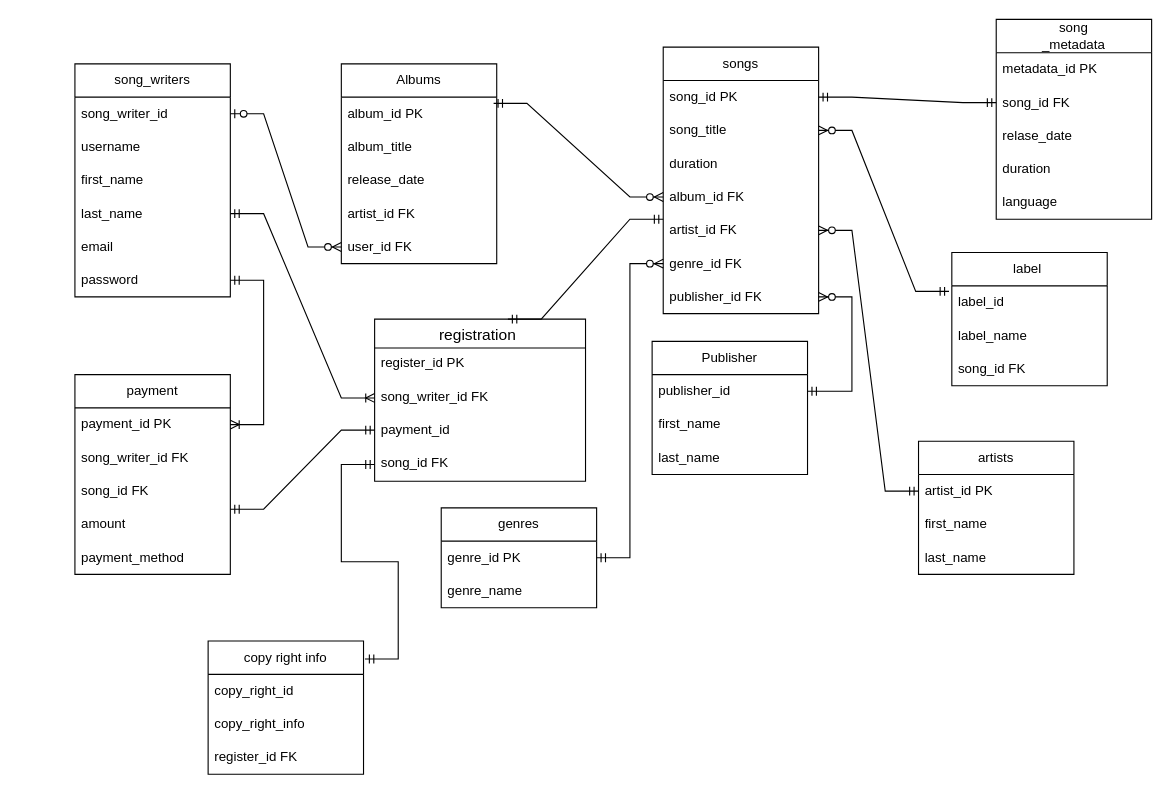
Before: db_project.drawio in MubarakBu/DB_PROJECT, a draw.io diagram. Source tidied: cells renumbered, new cells numbered last; positions are measured from the earlier drawing's top-left corner, leaving out a move shared by most shapes. Both pictures are drawn from the tidied source at 111%, with x=0, y=0 at pixel (-14, 19).
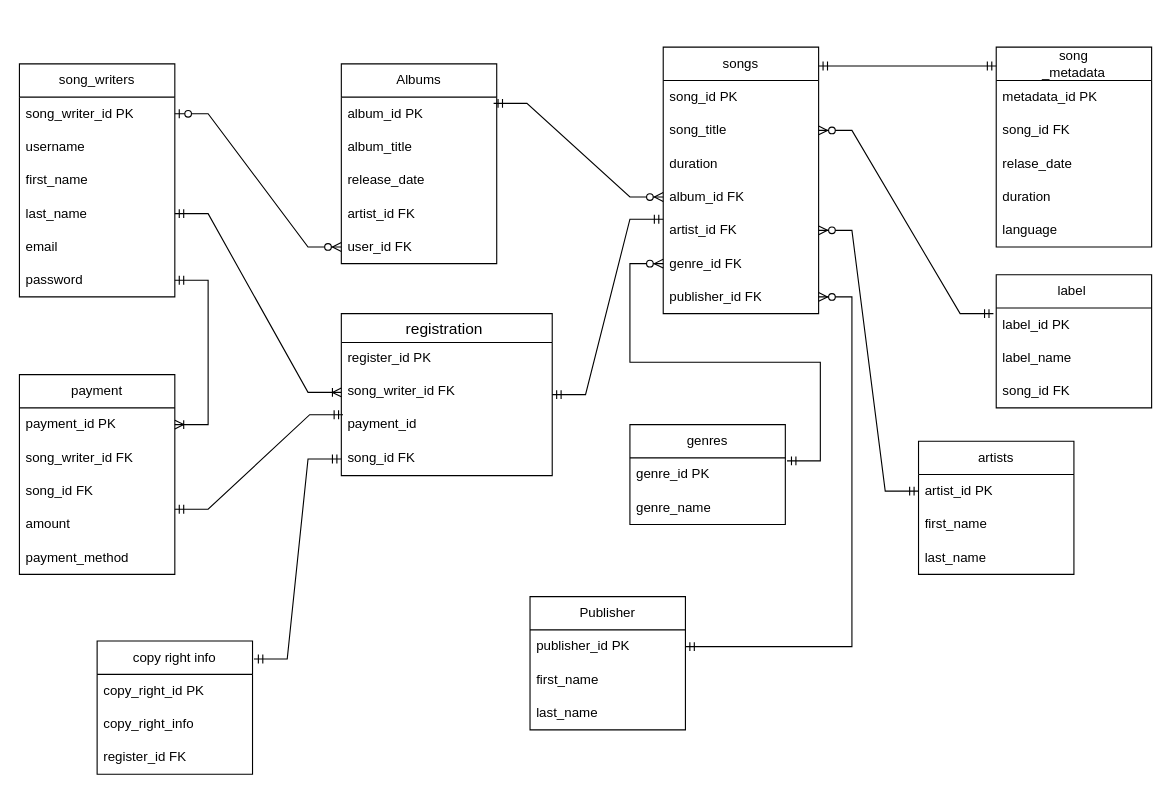
Above is the later version.

The change refers to these unchanged cells:
```xml
<mxCell id="16" value="song_id PK" style="text;strokeColor=none;fillColor=none;align=left;verticalAlign=middle;spacingLeft=4;spacingRight=4;overflow=hidden;points=[[0,0.5],[1,0.5]];portConstraint=eastwest;whiteSpace=wrap;html=1;" parent="15" vertex="1">
  <mxGeometry y="30" width="140" height="30" as="geometry" />
</mxCell>
<mxCell id="27" value="amount" style="text;strokeColor=none;fillColor=none;align=left;verticalAlign=middle;spacingLeft=4;spacingRight=4;overflow=hidden;points=[[0,0.5],[1,0.5]];portConstraint=eastwest;whiteSpace=wrap;html=1;" parent="23" vertex="1">
  <mxGeometry y="120" width="140" height="30" as="geometry" />
</mxCell>
<mxCell id="34" value="genre_id PK" style="text;strokeColor=none;fillColor=none;align=left;verticalAlign=middle;spacingLeft=4;spacingRight=4;overflow=hidden;points=[[0,0.5],[1,0.5]];portConstraint=eastwest;whiteSpace=wrap;html=1;" parent="33" vertex="1">
  <mxGeometry y="30" width="140" height="30" as="geometry" />
</mxCell>
<mxCell id="55" value="song_id FK" style="text;strokeColor=none;fillColor=none;align=left;verticalAlign=middle;spacingLeft=4;spacingRight=4;overflow=hidden;points=[[0,0.5],[1,0.5]];portConstraint=eastwest;whiteSpace=wrap;html=1;" parent="53" vertex="1">
  <mxGeometry y="60" width="140" height="30" as="geometry" />
</mxCell>
<mxCell id="64" value="payment_id" style="text;strokeColor=none;fillColor=none;spacingLeft=4;spacingRight=4;overflow=hidden;points=[[0,0.5],[1,0.5]];portConstraint=eastwest;fontSize=12;whiteSpace=wrap;html=1;" parent="61" vertex="1">
  <mxGeometry y="86" width="190" height="30" as="geometry" />
</mxCell>
```

Change to the diagram source:
```diff
@@
     <mxCell id="2" value="song_writers" style="swimlane;fontStyle=0;horizontal=1;startSize=30;whiteSpace=wrap;html=1;" parent="1" vertex="1">
-      <mxGeometry x="80" y="40" width="140" height="210" as="geometry" />
+      <mxGeometry x="30" y="40" width="140" height="210" as="geometry" />
     </mxCell>
-    <mxCell id="3" value="song_writer_id" style="text;strokeColor=none;fillColor=none;align=left;verticalAlign=middle;spacingLeft=4;spacingRight=4;overflow=hidden;points=[[0,0.5],[1,0.5]];portConstraint=eastwest;whiteSpace=wrap;html=1;" parent="2" vertex="1">
+    <mxCell id="3" value="song_writer_id PK" style="text;strokeColor=none;fillColor=none;align=left;verticalAlign=middle;spacingLeft=4;spacingRight=4;overflow=hidden;points=[[0,0.5],[1,0.5]];portConstraint=eastwest;whiteSpace=wrap;html=1;" parent="2" vertex="1">
       <mxGeometry y="30" width="140" height="30" as="geometry" />
     </mxCell>
@@
     <mxCell id="23" value="payment" style="swimlane;fontStyle=0;horizontal=1;startSize=30;whiteSpace=wrap;html=1;" parent="1" vertex="1">
-      <mxGeometry x="80" y="320" width="140" height="180" as="geometry" />
+      <mxGeometry x="30" y="320" width="140" height="180" as="geometry" />
     </mxCell>
@@
     <mxCell id="33" value="genres" style="swimlane;fontStyle=0;horizontal=1;startSize=30;whiteSpace=wrap;html=1;" parent="1" vertex="1">
-      <mxGeometry x="410" y="440" width="140" height="90" as="geometry" />
+      <mxGeometry x="580" y="365" width="140" height="90" as="geometry" />
     </mxCell>
@@
-    <mxCell id="39" style="edgeStyle=entityRelationEdgeStyle;fontSize=12;html=1;endArrow=ERzeroToMany;startArrow=ERmandOne;rounded=0;exitX=1;exitY=0.5;exitDx=0;exitDy=0;" parent="1" edge="1" source="34">
+    <mxCell id="39" style="edgeStyle=entityRelationEdgeStyle;fontSize=12;html=1;endArrow=ERzeroToMany;startArrow=ERmandOne;rounded=0;exitX=1.011;exitY=0.089;exitDx=0;exitDy=0;exitPerimeter=0;" parent="1" edge="1" source="34">
       <mxGeometry relative="1" as="geometry">
         <mxPoint x="610" y="220" as="targetPoint" />
+        <Array as="points">
+          <mxPoint x="580" y="420" />
+          <mxPoint x="580" y="340" />
+          <mxPoint x="590" y="380" />
+          <mxPoint x="580" y="360" />
+        </Array>
       </mxGeometry>
     </mxCell>
     <mxCell id="40" value="Publisher" style="swimlane;fontStyle=0;horizontal=1;startSize=30;whiteSpace=wrap;html=1;" parent="1" vertex="1">
-      <mxGeometry x="600" y="290" width="140" height="120" as="geometry" />
+      <mxGeometry x="490" y="520" width="140" height="120" as="geometry" />
     </mxCell>
-    <mxCell id="41" value="publisher_id" style="text;strokeColor=none;fillColor=none;align=left;verticalAlign=middle;spacingLeft=4;spacingRight=4;overflow=hidden;points=[[0,0.5],[1,0.5]];portConstraint=eastwest;whiteSpace=wrap;html=1;" parent="40" vertex="1">
+    <mxCell id="41" value="publisher_id PK" style="text;strokeColor=none;fillColor=none;align=left;verticalAlign=middle;spacingLeft=4;spacingRight=4;overflow=hidden;points=[[0,0.5],[1,0.5]];portConstraint=eastwest;whiteSpace=wrap;html=1;" parent="40" vertex="1">
       <mxGeometry y="30" width="140" height="30" as="geometry" />
     </mxCell>
@@
     <mxCell id="45" value="copy right info" style="swimlane;fontStyle=0;horizontal=1;startSize=30;whiteSpace=wrap;html=1;" parent="1" vertex="1">
-      <mxGeometry x="200" y="560" width="140" height="120" as="geometry" />
+      <mxGeometry x="100" y="560" width="140" height="120" as="geometry" />
     </mxCell>
-    <mxCell id="46" value="copy_right_id" style="text;strokeColor=none;fillColor=none;align=left;verticalAlign=middle;spacingLeft=4;spacingRight=4;overflow=hidden;whiteSpace=wrap;html=1;" parent="45" vertex="1">
+    <mxCell id="46" value="copy_right_id PK" style="text;strokeColor=none;fillColor=none;align=left;verticalAlign=middle;spacingLeft=4;spacingRight=4;overflow=hidden;whiteSpace=wrap;html=1;" parent="45" vertex="1">
       <mxGeometry y="30" width="140" height="30" as="geometry" />
     </mxCell>
@@
     <mxCell id="49" value="label&amp;nbsp;" style="swimlane;fontStyle=0;horizontal=1;startSize=30;whiteSpace=wrap;html=1;" parent="1" vertex="1">
-      <mxGeometry x="870" y="210" width="140" height="120" as="geometry" />
+      <mxGeometry x="910" y="230" width="140" height="120" as="geometry" />
     </mxCell>
-    <mxCell id="50" value="label_id" style="text;strokeColor=none;fillColor=none;align=left;verticalAlign=middle;spacingLeft=4;spacingRight=4;overflow=hidden;points=[[0,0.5],[1,0.5]];portConstraint=eastwest;whiteSpace=wrap;html=1;" parent="49" vertex="1">
+    <mxCell id="50" value="label_id PK" style="text;strokeColor=none;fillColor=none;align=left;verticalAlign=middle;spacingLeft=4;spacingRight=4;overflow=hidden;points=[[0,0.5],[1,0.5]];portConstraint=eastwest;whiteSpace=wrap;html=1;" parent="49" vertex="1">
       <mxGeometry y="30" width="140" height="30" as="geometry" />
     </mxCell>
@@
     <mxCell id="53" value="song&lt;div&gt;_metadata&lt;/div&gt;" style="swimlane;fontStyle=0;horizontal=1;startSize=30;whiteSpace=wrap;html=1;" parent="1" vertex="1">
-      <mxGeometry x="910" width="140" height="180" as="geometry" />
+      <mxGeometry x="910" y="25" width="140" height="180" as="geometry" />
     </mxCell>
@@
-    <mxCell id="59" style="edgeStyle=entityRelationEdgeStyle;fontSize=12;html=1;endArrow=ERmandOne;startArrow=ERmandOne;rounded=0;exitX=1;exitY=0.5;exitDx=0;exitDy=0;" parent="1" edge="1" source="16" target="55">
-      <mxGeometry relative="1" as="geometry" />
+    <mxCell id="59" style="edgeStyle=entityRelationEdgeStyle;fontSize=12;html=1;endArrow=ERmandOne;startArrow=ERmandOne;rounded=0;" parent="1" edge="1">
+      <mxGeometry relative="1" as="geometry">
+        <mxPoint x="750" y="42" as="sourcePoint" />
+        <mxPoint x="910" y="42" as="targetPoint" />
+      </mxGeometry>
     </mxCell>
@@
     <mxCell id="61" value="registration " style="swimlane;fontStyle=0;horizontal=1;startSize=26;align=center;fontSize=14;" parent="1" vertex="1">
-      <mxGeometry x="350" y="270" width="190" height="146" as="geometry" />
+      <mxGeometry x="320" y="265" width="190" height="146" as="geometry" />
     </mxCell>
@@
-    <mxCell id="67" style="edgeStyle=entityRelationEdgeStyle;fontSize=12;html=1;endArrow=ERmandOne;startArrow=ERmandOne;rounded=0;exitX=1;exitY=0.042;exitDx=0;exitDy=0;exitPerimeter=0;" parent="1" edge="1" source="27">
-      <mxGeometry relative="1" as="geometry">
-        <mxPoint x="350" y="370" as="targetPoint" />
-      </mxGeometry>
+    <mxCell id="67" style="edgeStyle=entityRelationEdgeStyle;fontSize=12;html=1;endArrow=ERmandOne;startArrow=ERmandOne;rounded=0;exitX=1;exitY=0.042;exitDx=0;exitDy=0;exitPerimeter=0;entryX=0.008;entryY=0.17;entryDx=0;entryDy=0;entryPerimeter=0;" parent="1" edge="1" source="27" target="64">
+      <mxGeometry relative="1" as="geometry" />
     </mxCell>
-    <mxCell id="68" style="edgeStyle=entityRelationEdgeStyle;fontSize=12;html=1;endArrow=ERmandOne;startArrow=ERmandOne;rounded=0;exitX=0.632;exitY=0;exitDx=0;exitDy=0;exitPerimeter=0;" parent="1" edge="1" source="61">
+    <mxCell id="68" style="edgeStyle=entityRelationEdgeStyle;fontSize=12;html=1;endArrow=ERmandOne;startArrow=ERmandOne;rounded=0;" parent="1" edge="1" source="61">
       <mxGeometry relative="1" as="geometry">
         <mxPoint x="610" y="180" as="targetPoint" />
       </mxGeometry>
     </mxCell>
```
